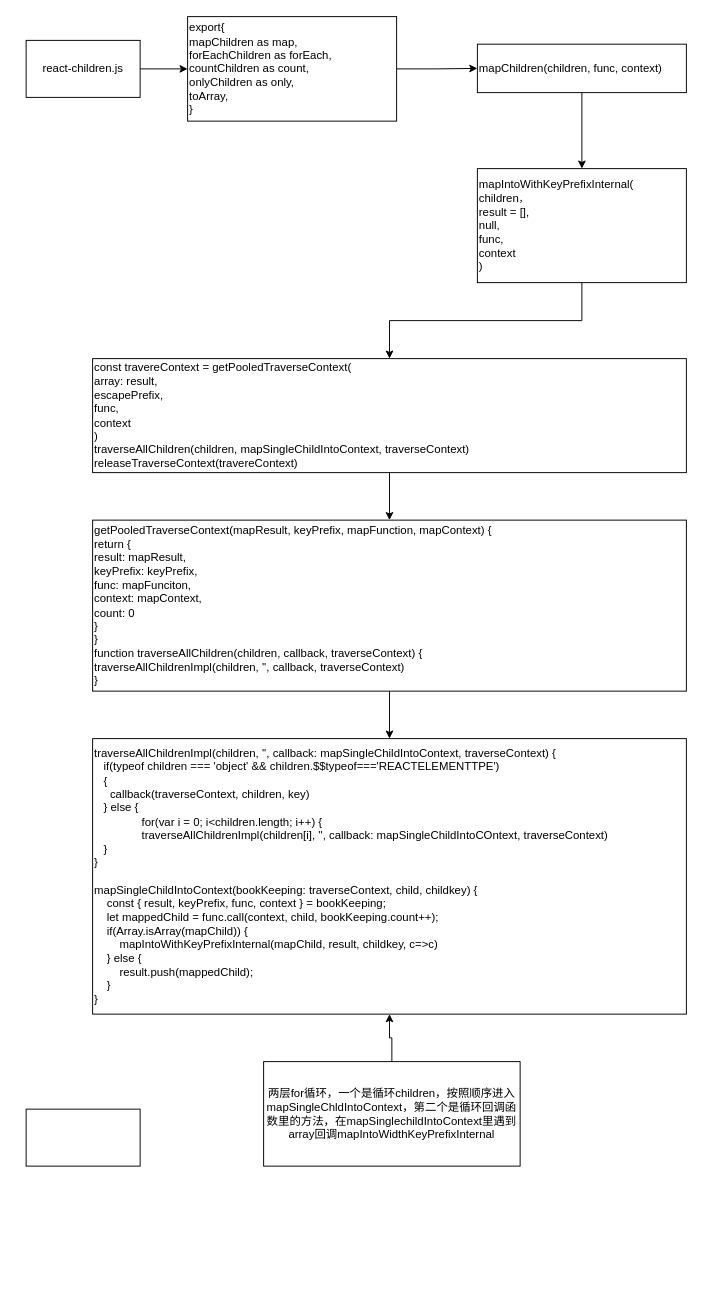
Before: react-children (2).drawio in Windseek/react-source, a draw.io diagram. Source tidied: cells renumbered, new cells numbered last; positions are measured from the earlier drawing's top-left corner, leaving out a move shared by most shapes. Both pictures are drawn from the tidied source at 95%, with x=0, y=0 at pixel (26, 16).
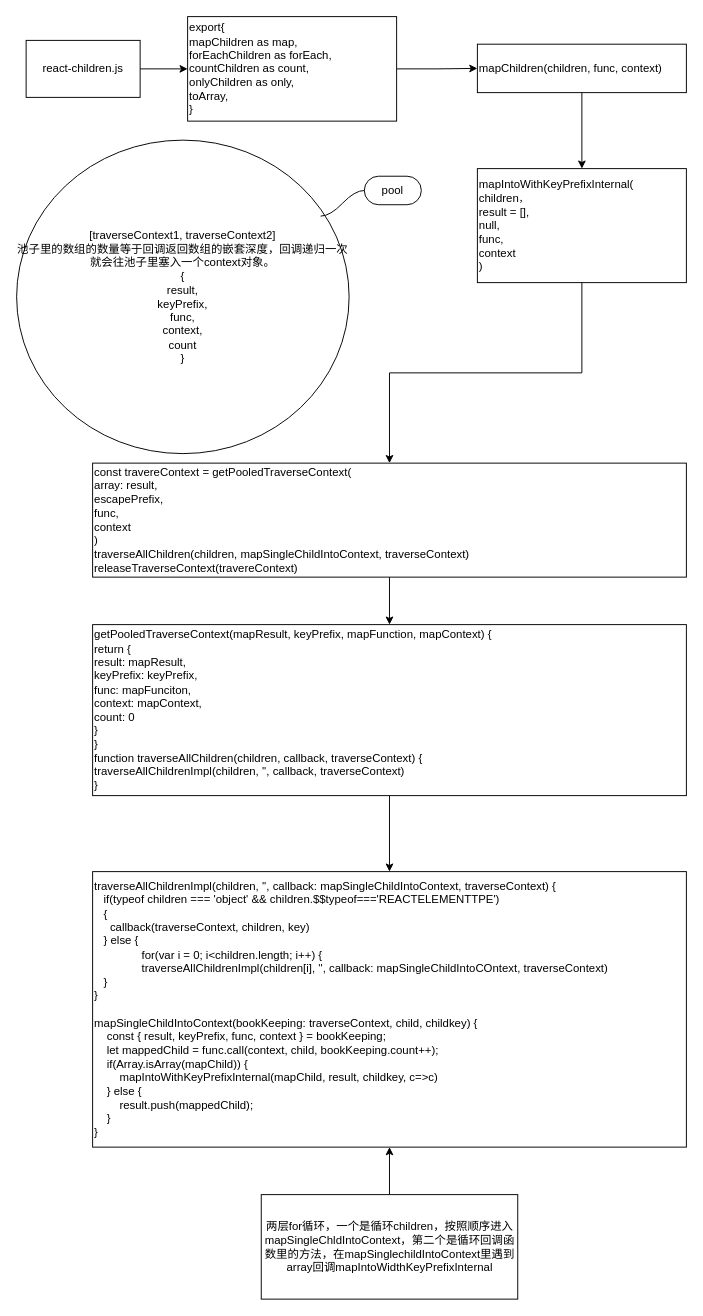
Above is the later version.

Diff of the diagram source:
```diff
@@
     <mxCell id="11" value="const travereContext = getPooledTraverseContext(&lt;br&gt;array: result,&lt;br&gt;escapePrefix,&lt;br&gt;func,&lt;br&gt;context&lt;br&gt;)&lt;br&gt;traverseAllChildren(children, mapSingleChildIntoContext, traverseContext)&lt;br&gt;releaseTraverseContext(travereContext)" style="rounded=0;whiteSpace=wrap;html=1;align=left;" parent="1" vertex="1">
-      <mxGeometry x="70" y="360" width="625" height="120" as="geometry" />
+      <mxGeometry x="70" y="470" width="625" height="120" as="geometry" />
     </mxCell>
@@
     <mxCell id="13" value="getPooledTraverseContext(mapResult, keyPrefix, mapFunction, mapContext) {&lt;br&gt;return {&lt;br&gt;result: mapResult,&lt;br&gt;keyPrefix: keyPrefix,&lt;br&gt;func: mapFunciton,&lt;br&gt;context: mapContext,&lt;br&gt;count: 0&lt;br&gt;}&lt;br&gt;}&lt;br&gt;function traverseAllChildren(children, callback, traverseContext) {&lt;br&gt;traverseAllChildrenImpl(children, '', callback, traverseContext)&lt;br&gt;}" style="rounded=0;whiteSpace=wrap;html=1;align=left;" parent="1" vertex="1">
-      <mxGeometry x="70" y="530" width="625" height="180" as="geometry" />
+      <mxGeometry x="70" y="640" width="625" height="180" as="geometry" />
     </mxCell>
     <mxCell id="14" value="traverseAllChildrenImpl(children, '', callback: mapSingleChildIntoContext, traverseContext) {&lt;br&gt;&amp;nbsp; &amp;nbsp;if(typeof children === 'object' &amp;amp;&amp;amp; children.$$typeof==='REACTELEMENTTPE')&lt;br&gt;&amp;nbsp; &amp;nbsp;{&lt;br&gt;&amp;nbsp; &amp;nbsp; &amp;nbsp;callback(traverseContext, children, key)&lt;br&gt;&amp;nbsp; &amp;nbsp;} else {&lt;br&gt;&amp;nbsp; &amp;nbsp; &amp;nbsp; &amp;nbsp; &amp;nbsp; &amp;nbsp; &amp;nbsp; &amp;nbsp;for(var i = 0; i&amp;lt;children.length; i++) {&lt;br&gt;&amp;nbsp; &amp;nbsp; &amp;nbsp; &amp;nbsp; &amp;nbsp; &amp;nbsp; &amp;nbsp; &amp;nbsp;traverseAllChildrenImpl(children[i], '', callback: mapSingleChildIntoCOntext, traverseContext)&lt;br&gt;&amp;nbsp; &amp;nbsp;}&lt;br&gt;}&lt;br&gt;&lt;br&gt;mapSingleChildIntoContext(bookKeeping: traverseContext, child, childkey) {&lt;br&gt;&amp;nbsp; &amp;nbsp; const { result, keyPrefix, func, context } = bookKeeping;&lt;br&gt;&amp;nbsp; &amp;nbsp; let mappedChild = func.call(context, child, bookKeeping.count++);&lt;br&gt;&amp;nbsp; &amp;nbsp; if(Array.isArray(mapChild)) {&lt;br&gt;&amp;nbsp; &amp;nbsp; &amp;nbsp; &amp;nbsp; mapIntoWithKeyPrefixInternal(mapChild, result, childkey, c=&amp;gt;c)&lt;br&gt;&amp;nbsp; &amp;nbsp; } else {&lt;br&gt;&amp;nbsp; &amp;nbsp; &amp;nbsp; &amp;nbsp; result.push(mappedChild);&lt;br&gt;&amp;nbsp; &amp;nbsp; }&lt;br&gt;}" style="rounded=0;whiteSpace=wrap;html=1;align=left;" parent="1" vertex="1">
-      <mxGeometry x="70" y="760" width="625" height="290" as="geometry" />
+      <mxGeometry x="70" y="900" width="625" height="290" as="geometry" />
     </mxCell>
@@
     <mxCell id="16" value="两层for循环，一个是循环children，按照顺序进入mapSingleChldIntoContext，第二个是循环回调函数里的方法，在mapSinglechildIntoContext里遇到array回调mapIntoWidthKeyPrefixInternal" style="rounded=0;whiteSpace=wrap;html=1;" parent="1" vertex="1">
-      <mxGeometry x="250" y="1100" width="270" height="110" as="geometry" />
+      <mxGeometry x="247.5" y="1240" width="270" height="110" as="geometry" />
     </mxCell>
-    <mxCell id="17" style="rounded=0;whiteSpace=wrap;html=1;" parent="1" vertex="1">
-      <mxGeometry y="1150" width="120" height="60" as="geometry" />
-    </mxCell>
+    <mxCell id="18" value="[traverseContext1, traverseContext2]&lt;br&gt;池子里的数组的数量等于回调返回数组的嵌套深度，回调递归一次就会往池子里塞入一个context对象。&lt;br&gt;{&lt;br&gt;result,&lt;br&gt;keyPrefix,&lt;br&gt;func,&lt;br&gt;context,&lt;br&gt;count&lt;br&gt;}" style="ellipse;whiteSpace=wrap;html=1;" parent="1" vertex="1">
+      <mxGeometry x="-10" y="130" width="350" height="330" as="geometry" />
+    </mxCell>
+    <mxCell id="19" value="pool" style="whiteSpace=wrap;html=1;rounded=1;arcSize=50;align=center;verticalAlign=middle;strokeWidth=1;spacing=4;" parent="1" vertex="1">
+      <mxGeometry x="356" y="168" width="60" height="30" as="geometry" />
+    </mxCell>
+    <mxCell id="20" style="edgeStyle=entityRelationEdgeStyle;startArrow=none;endArrow=none;segment=10;curved=1;" parent="1" edge="1" target="19">
+      <mxGeometry relative="1" as="geometry">
+        <mxPoint x="310" y="210" as="sourcePoint" />
+      </mxGeometry>
+    </mxCell>
```
